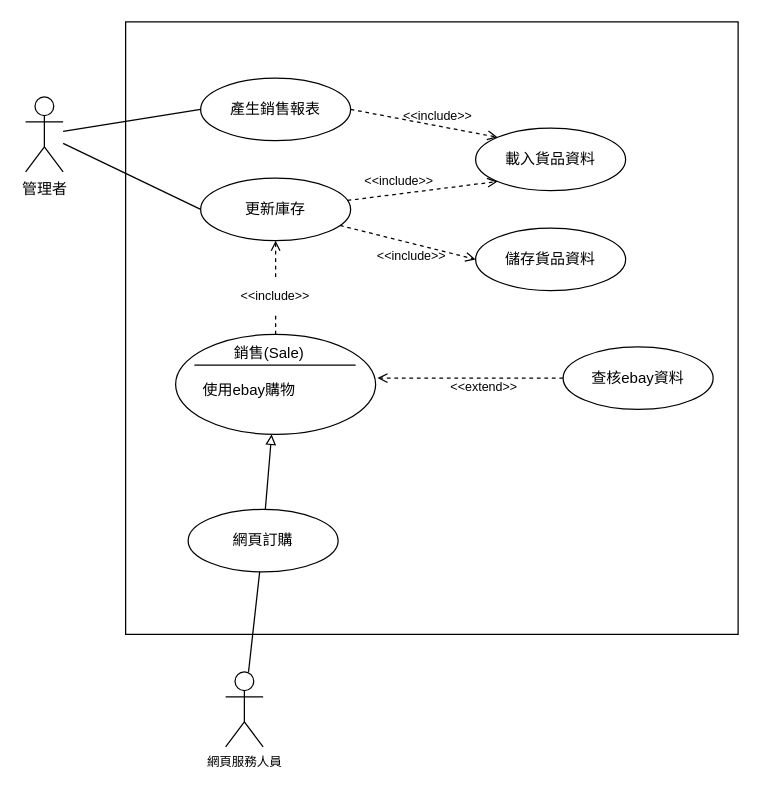
The draw.io diagram 使用者案例.drawio in calvink11/project, before the edit. Source tidied: cells renumbered, new cells numbered last; positions are measured from the earlier drawing's top-left corner, leaving out a move shared by most shapes. Both pictures are drawn from the tidied source at 125%, with x=0, y=0 at pixel (25, 21).
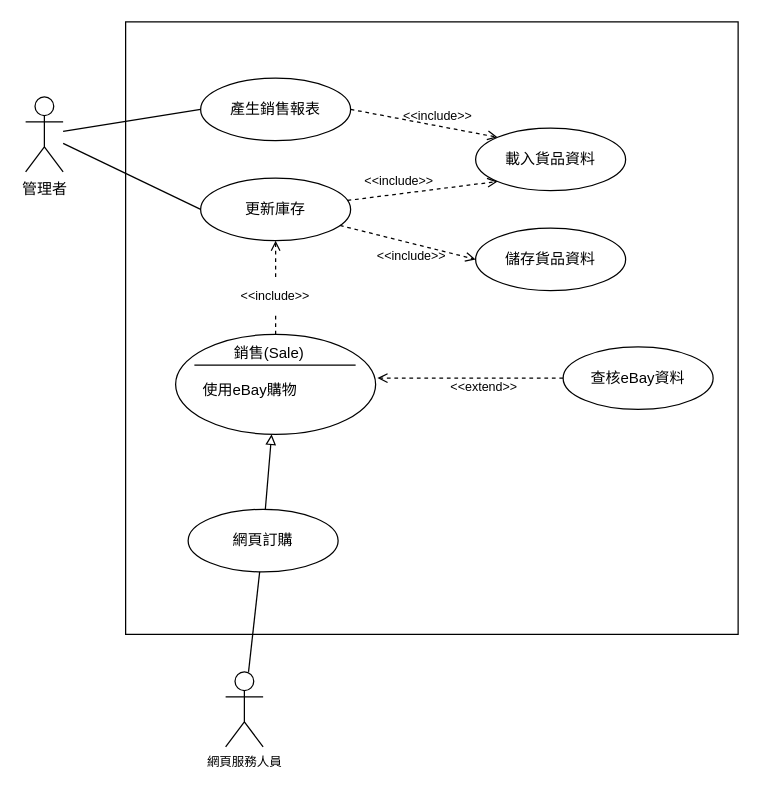
Above is the later version.

Diff of the diagram source:
```diff
@@
-    <mxCell id="8" value="使用ebay購物" style="text;html=1;strokeColor=none;fillColor=none;align=left;verticalAlign=middle;whiteSpace=wrap;rounded=0;fontSize=12;" parent="1" vertex="1">
+    <mxCell id="8" value="使用eBay購物" style="text;html=1;strokeColor=none;fillColor=none;align=left;verticalAlign=middle;whiteSpace=wrap;rounded=0;fontSize=12;" parent="1" vertex="1">
       <mxGeometry x="140" y="280" width="130" height="30" as="geometry" />
     </mxCell>
@@
-    <mxCell id="10" value="查核ebay資料" style="ellipse;whiteSpace=wrap;html=1;fillColor=none;" parent="1" vertex="1">
+    <mxCell id="10" value="查核eBay資料" style="ellipse;whiteSpace=wrap;html=1;fillColor=none;" parent="1" vertex="1">
       <mxGeometry x="430" y="260" width="120" height="50" as="geometry" />
     </mxCell>
```
